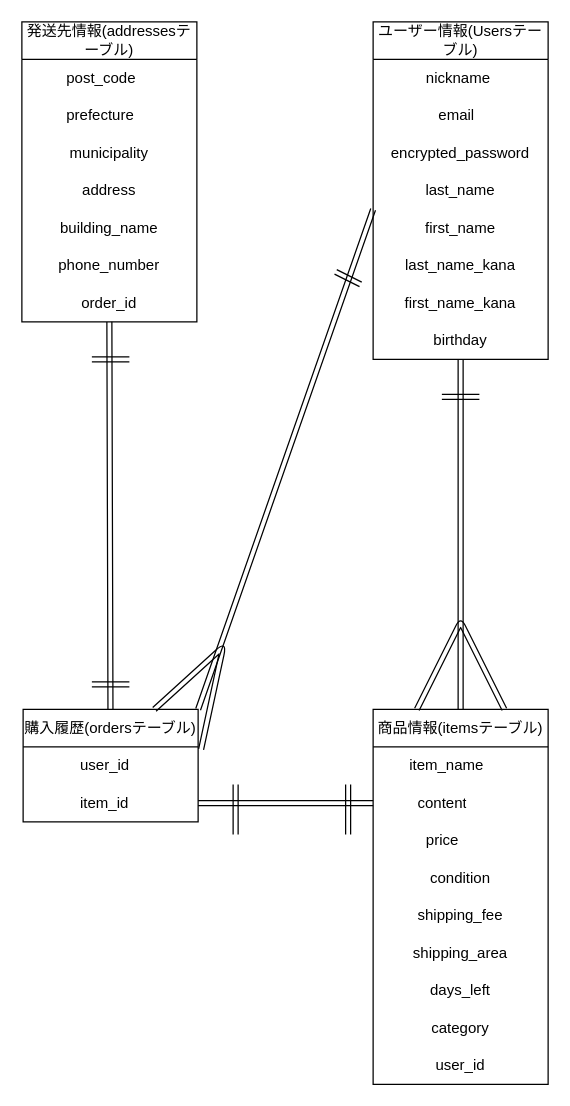
The draw.io diagram database.dio in LlechiKaito/furima-38937, before the edit. Source tidied: cells renumbered, new cells numbered last; positions are measured from the earlier drawing's top-left corner, leaving out a move shared by most shapes. Both pictures are drawn from the tidied source at 125%, with x=0, y=0 at pixel (21, 21).
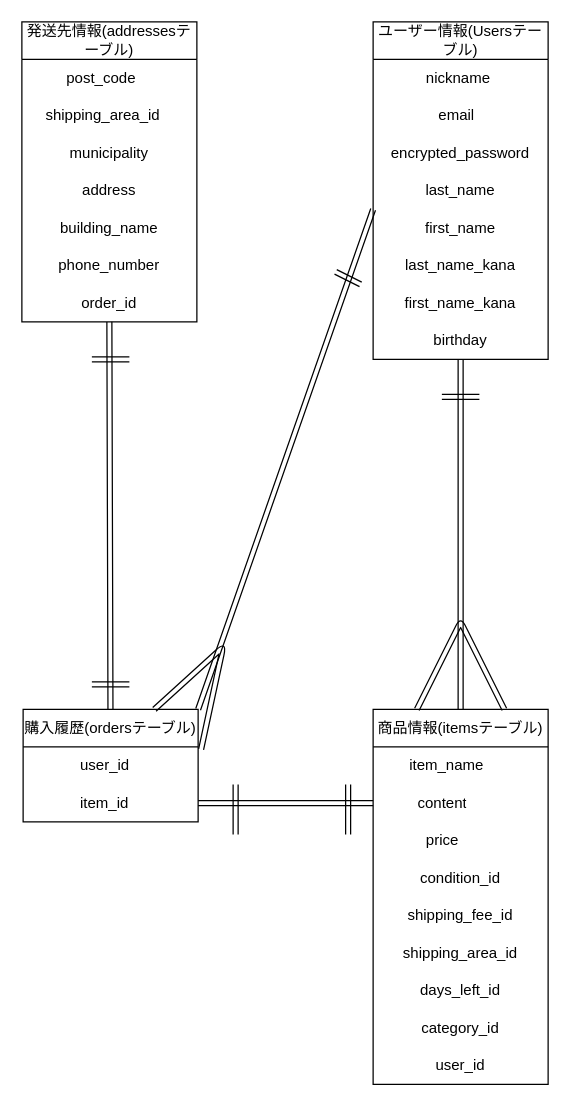
After the change.

Commit message (it also covers changes not shown here):
データベース設計修正その４

The change refers to these unchanged cells:
```xml
<mxCell id="17" value="商品情報(itemsテーブル)" style="swimlane;fontStyle=0;horizontal=1;startSize=30;whiteSpace=wrap;html=1;" parent="1" vertex="1">
  <mxGeometry x="281" y="550" width="140" height="300" as="geometry" />
</mxCell>
<mxCell id="27" value="発送先情報(addressesテーブル)" style="swimlane;fontStyle=0;horizontal=1;startSize=30;whiteSpace=wrap;html=1;" parent="1" vertex="1">
  <mxGeometry width="140" height="240" as="geometry" />
</mxCell>
```

Change to the diagram source:
```diff
@@
-    <mxCell id="21" value="condition" style="text;strokeColor=none;align=center;fillColor=none;html=1;verticalAlign=middle;whiteSpace=wrap;rounded=0;" parent="17" vertex="1">
+    <mxCell id="21" value="condition_id" style="text;strokeColor=none;align=center;fillColor=none;html=1;verticalAlign=middle;whiteSpace=wrap;rounded=0;" parent="17" vertex="1">
       <mxGeometry y="120" width="140" height="30" as="geometry" />
     </mxCell>
-    <mxCell id="22" value="shipping_fee" style="text;strokeColor=none;align=center;fillColor=none;html=1;verticalAlign=middle;whiteSpace=wrap;rounded=0;" parent="17" vertex="1">
+    <mxCell id="22" value="shipping_fee_id" style="text;strokeColor=none;align=center;fillColor=none;html=1;verticalAlign=middle;whiteSpace=wrap;rounded=0;" parent="17" vertex="1">
       <mxGeometry y="150" width="140" height="30" as="geometry" />
     </mxCell>
-    <mxCell id="23" value="shipping_area" style="text;strokeColor=none;align=center;fillColor=none;html=1;verticalAlign=middle;whiteSpace=wrap;rounded=0;" parent="17" vertex="1">
+    <mxCell id="23" value="shipping_area_id" style="text;strokeColor=none;align=center;fillColor=none;html=1;verticalAlign=middle;whiteSpace=wrap;rounded=0;" parent="17" vertex="1">
       <mxGeometry y="180" width="140" height="30" as="geometry" />
     </mxCell>
-    <mxCell id="24" value="days_left" style="text;strokeColor=none;align=center;fillColor=none;html=1;verticalAlign=middle;whiteSpace=wrap;rounded=0;" parent="17" vertex="1">
+    <mxCell id="24" value="days_left_id" style="text;strokeColor=none;align=center;fillColor=none;html=1;verticalAlign=middle;whiteSpace=wrap;rounded=0;" parent="17" vertex="1">
       <mxGeometry y="210" width="140" height="30" as="geometry" />
     </mxCell>
-    <mxCell id="25" value="category" style="text;strokeColor=none;align=center;fillColor=none;html=1;verticalAlign=middle;whiteSpace=wrap;rounded=0;" parent="17" vertex="1">
+    <mxCell id="25" value="category_id" style="text;strokeColor=none;align=center;fillColor=none;html=1;verticalAlign=middle;whiteSpace=wrap;rounded=0;" parent="17" vertex="1">
       <mxGeometry y="240" width="140" height="30" as="geometry" />
     </mxCell>
@@
-    <mxCell id="29" value="&amp;nbsp; &amp;nbsp; &amp;nbsp; &amp;nbsp; &amp;nbsp;prefecture" style="text;strokeColor=none;fillColor=none;align=left;verticalAlign=middle;spacingLeft=4;spacingRight=4;overflow=hidden;whiteSpace=wrap;html=1;" parent="27" vertex="1">
+    <mxCell id="29" value="&amp;nbsp; &amp;nbsp; shipping_area_id" style="text;strokeColor=none;fillColor=none;align=left;verticalAlign=middle;spacingLeft=4;spacingRight=4;overflow=hidden;whiteSpace=wrap;html=1;" parent="27" vertex="1">
       <mxGeometry y="60" width="140" height="30" as="geometry" />
     </mxCell>
```
